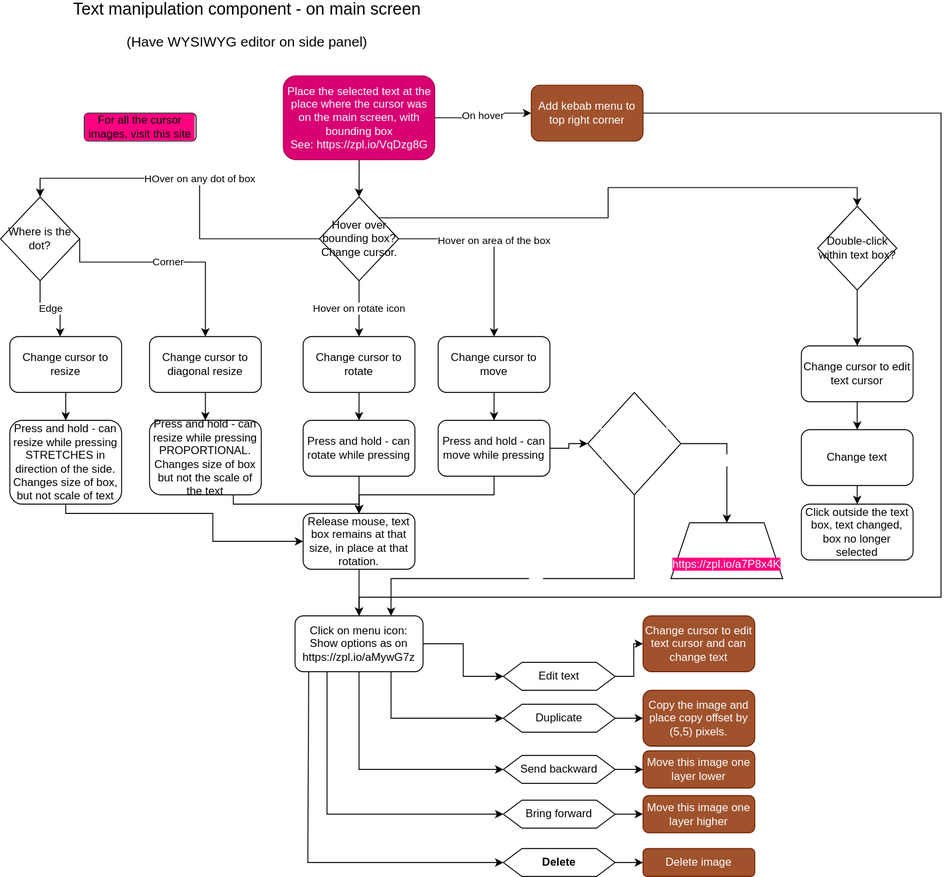
Before: modules/components/text-manipulation.drawio.svg, a diagram exported from draw.io (ji-devs/ji-cloud-flowcharts). Source tidied: cells renumbered, new cells last; positions are measured from the earlier drawing's top-left corner, leaving out a move shared by most shapes.
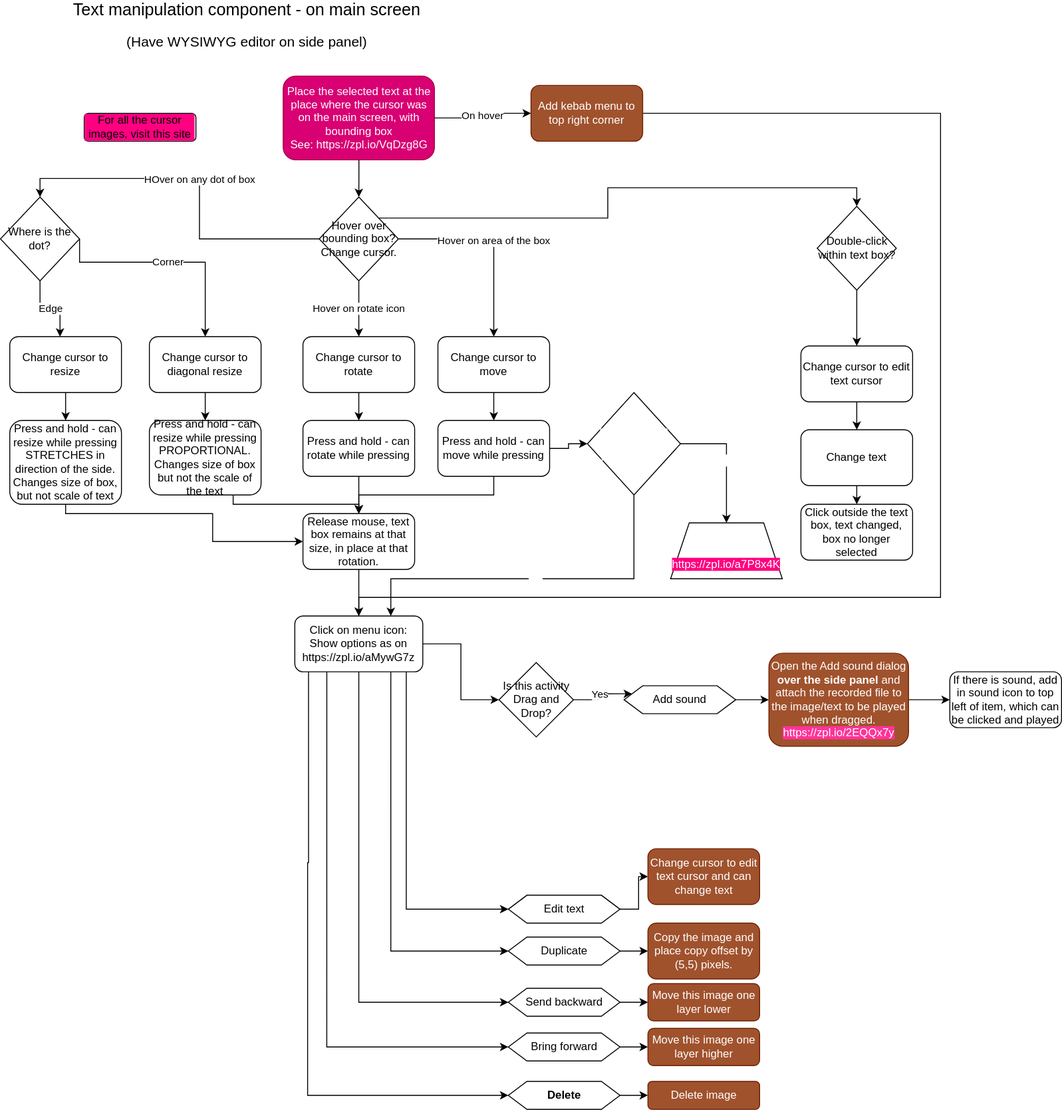
The same diagram one commit later.

Commit message:
Added in extra menu item for drag and drop activity

What changed in the source:
```diff
@@ -83,13 +83,13 @@
     <mxCell id="24" value="Release mouse, text box remains at that size, in place at that rotation." style="rounded=1;whiteSpace=wrap;html=1;" parent="1" vertex="1">
       <mxGeometry x="325" y="550" width="120" height="60" as="geometry" />
     </mxCell>
-    <mxCell id="25" style="edgeStyle=orthogonalEdgeStyle;rounded=0;jettySize=auto;html=1;entryX=0;entryY=0.5;entryDx=0;entryDy=0;" parent="1" edge="1" source="30" target="58">
+    <mxCell id="25" style="edgeStyle=orthogonalEdgeStyle;rounded=0;jettySize=auto;html=1;entryX=0;entryY=0.5;entryDx=0;entryDy=0;exitX=0.871;exitY=1;exitDx=0;exitDy=0;exitPerimeter=0;" parent="1" edge="1" source="30" target="58">
       <mxGeometry relative="1" as="geometry" />
     </mxCell>
     <mxCell id="26" style="edgeStyle=orthogonalEdgeStyle;rounded=0;jettySize=auto;html=1;exitX=0.75;exitY=1;exitDx=0;exitDy=0;entryX=0;entryY=0.5;entryDx=0;entryDy=0;" parent="1" edge="1" source="30" target="32">
       <mxGeometry relative="1" as="geometry">
         <Array as="points">
-          <mxPoint x="419" y="770" />
+          <mxPoint x="419" y="1020" />
         </Array>
       </mxGeometry>
     </mxCell>
@@ -106,6 +106,9 @@
         </Array>
       </mxGeometry>
     </mxCell>
+    <mxCell id="68" style="edgeStyle=orthogonalEdgeStyle;rounded=0;jettySize=auto;html=1;entryX=0;entryY=0.5;entryDx=0;entryDy=0;" parent="1" edge="1" source="30" target="70">
+      <mxGeometry relative="1" as="geometry" />
+    </mxCell>
     <mxCell id="30" value="Click on menu icon: Show options as on&amp;nbsp;&lt;br&gt;https://zpl.io/aMywG7z" style="rounded=1;whiteSpace=wrap;html=1;" parent="1" vertex="1">
       <mxGeometry x="316.2" y="660" width="137.5" height="60" as="geometry" />
     </mxCell>
@@ -113,37 +116,37 @@
       <mxGeometry relative="1" as="geometry" />
     </mxCell>
     <mxCell id="32" value="Duplicate" style="shape=hexagon;perimeter=hexagonPerimeter2;whiteSpace=wrap;html=1;fixedSize=1;" parent="1" vertex="1">
-      <mxGeometry x="540" y="755" width="120" height="30" as="geometry" />
+      <mxGeometry x="545.6" y="1005" width="120" height="30" as="geometry" />
     </mxCell>
     <mxCell id="33" value="Copy the image and place copy offset by (5,5) pixels." style="rounded=1;whiteSpace=wrap;html=1;fillColor=#a0522d;strokeColor=#6D1F00;fontColor=#ffffff;" parent="1" vertex="1">
-      <mxGeometry x="690" y="740" width="120" height="60" as="geometry" />
+      <mxGeometry x="695.6" y="990" width="120" height="60" as="geometry" />
     </mxCell>
     <mxCell id="34" style="edgeStyle=orthogonalEdgeStyle;rounded=0;jettySize=auto;html=1;entryX=0;entryY=0.5;entryDx=0;entryDy=0;" parent="1" edge="1" source="35" target="36">
       <mxGeometry relative="1" as="geometry" />
     </mxCell>
     <mxCell id="35" value="Send backward" style="shape=hexagon;perimeter=hexagonPerimeter2;whiteSpace=wrap;html=1;fixedSize=1;" parent="1" vertex="1">
-      <mxGeometry x="540" y="810" width="120" height="30" as="geometry" />
+      <mxGeometry x="545.6" y="1060" width="120" height="30" as="geometry" />
     </mxCell>
     <mxCell id="36" value="Move this image one layer lower&amp;nbsp;" style="rounded=1;whiteSpace=wrap;html=1;fillColor=#a0522d;strokeColor=#6D1F00;fontColor=#ffffff;" parent="1" vertex="1">
-      <mxGeometry x="690" y="805" width="120" height="40" as="geometry" />
+      <mxGeometry x="695.6" y="1055" width="120" height="40" as="geometry" />
     </mxCell>
     <mxCell id="37" style="edgeStyle=orthogonalEdgeStyle;rounded=0;jettySize=auto;html=1;exitX=1;exitY=0.5;exitDx=0;exitDy=0;entryX=0;entryY=0.5;entryDx=0;entryDy=0;" parent="1" edge="1" source="38" target="39">
       <mxGeometry relative="1" as="geometry" />
     </mxCell>
     <mxCell id="38" value="Bring forward" style="shape=hexagon;perimeter=hexagonPerimeter2;whiteSpace=wrap;html=1;fixedSize=1;" parent="1" vertex="1">
-      <mxGeometry x="540" y="858" width="120" height="30" as="geometry" />
+      <mxGeometry x="545.6" y="1108" width="120" height="30" as="geometry" />
     </mxCell>
     <mxCell id="39" value="Move this image one layer higher" style="rounded=1;whiteSpace=wrap;html=1;fillColor=#a0522d;strokeColor=#6D1F00;fontColor=#ffffff;" parent="1" vertex="1">
-      <mxGeometry x="690" y="853" width="120" height="40" as="geometry" />
+      <mxGeometry x="695.6" y="1103" width="120" height="40" as="geometry" />
     </mxCell>
     <mxCell id="40" style="edgeStyle=orthogonalEdgeStyle;rounded=0;jettySize=auto;html=1;entryX=0;entryY=0.5;entryDx=0;entryDy=0;" parent="1" edge="1" source="41" target="42">
       <mxGeometry relative="1" as="geometry" />
     </mxCell>
     <mxCell id="41" value="Delete" style="shape=hexagon;perimeter=hexagonPerimeter2;whiteSpace=wrap;html=1;fixedSize=1;fontStyle=1;" parent="1" vertex="1">
-      <mxGeometry x="540" y="910" width="120" height="30" as="geometry" />
+      <mxGeometry x="545.6" y="1160" width="120" height="30" as="geometry" />
     </mxCell>
     <mxCell id="42" value="Delete image" style="rounded=1;whiteSpace=wrap;html=1;fillColor=#a0522d;strokeColor=#6D1F00;fontColor=#ffffff;" parent="1" vertex="1">
-      <mxGeometry x="690" y="910" width="120" height="30" as="geometry" />
+      <mxGeometry x="695.6" y="1160" width="120" height="30" as="geometry" />
     </mxCell>
     <mxCell id="43" style="edgeStyle=orthogonalEdgeStyle;rounded=0;jettySize=auto;html=1;entryX=0.5;entryY=0;entryDx=0;entryDy=0;" parent="1" edge="1" source="44" target="46">
       <mxGeometry relative="1" as="geometry" />
@@ -202,10 +205,10 @@
       <mxGeometry relative="1" as="geometry" />
     </mxCell>
     <mxCell id="58" value="Edit text" style="shape=hexagon;perimeter=hexagonPerimeter2;whiteSpace=wrap;html=1;fixedSize=1;" parent="1" vertex="1">
-      <mxGeometry x="540" y="710" width="120" height="30" as="geometry" />
+      <mxGeometry x="545.6" y="960" width="120" height="30" as="geometry" />
     </mxCell>
     <mxCell id="59" value="Change cursor to edit text cursor and can change text" style="rounded=1;whiteSpace=wrap;html=1;fillColor=#a0522d;strokeColor=#6D1F00;fontColor=#ffffff;" parent="1" vertex="1">
-      <mxGeometry x="690" y="660" width="120" height="60" as="geometry" />
+      <mxGeometry x="695.6" y="910" width="120" height="60" as="geometry" />
     </mxCell>
     <mxCell id="60" value="On hover" style="edgeStyle=orthogonalEdgeStyle;rounded=0;jettySize=auto;html=1;entryX=0;entryY=0.5;entryDx=0;entryDy=0;exitX=1;exitY=0.5;exitDx=0;exitDy=0;" parent="1" edge="1" source="5" target="62">
       <mxGeometry relative="1" as="geometry" />
@@ -242,5 +245,26 @@
     <mxCell id="67" value="Warning!&lt;br&gt;Text CV28&lt;br&gt;&lt;span style=&quot;background-color: rgb(255 , 0 , 128)&quot;&gt;https://zpl.io/a7P8x4K&lt;/span&gt;" style="shape=trapezoid;perimeter=trapezoidPerimeter;whiteSpace=wrap;html=1;fixedSize=1;fontColor=#FFFFFF;" parent="1" vertex="1">
       <mxGeometry x="720" y="560" width="120" height="60" as="geometry" />
     </mxCell>
+    <mxCell id="69" value="Yes" style="edgeStyle=orthogonalEdgeStyle;rounded=0;jettySize=auto;html=1;entryX=0;entryY=0.25;entryDx=0;entryDy=0;" parent="1" edge="1" source="70" target="72">
+      <mxGeometry relative="1" as="geometry" />
+    </mxCell>
+    <mxCell id="70" value="Is this activity Drag and Drop?" style="rhombus;whiteSpace=wrap;html=1;" parent="1" vertex="1">
+      <mxGeometry x="535.6" y="710" width="80" height="80" as="geometry" />
+    </mxCell>
+    <mxCell id="71" style="edgeStyle=orthogonalEdgeStyle;rounded=0;jettySize=auto;html=1;" parent="1" edge="1" source="72" target="74">
+      <mxGeometry relative="1" as="geometry" />
+    </mxCell>
+    <mxCell id="72" value="Add sound" style="shape=hexagon;perimeter=hexagonPerimeter2;whiteSpace=wrap;html=1;fixedSize=1;" parent="1" vertex="1">
+      <mxGeometry x="670" y="735" width="120" height="30" as="geometry" />
+    </mxCell>
+    <mxCell id="73" style="edgeStyle=orthogonalEdgeStyle;rounded=0;jettySize=auto;html=1;entryX=0;entryY=0.5;entryDx=0;entryDy=0;" parent="1" edge="1" source="74" target="75">
+      <mxGeometry relative="1" as="geometry" />
+    </mxCell>
+    <mxCell id="74" value="Open the Add sound dialog &lt;b&gt;over the side panel&lt;/b&gt; and attach the recorded file to the image/text to be played when dragged.&lt;br&gt;&lt;span style=&quot;background-color: rgb(255 , 51 , 153)&quot;&gt;https://zpl.io/2EQQx7y&lt;/span&gt;" style="rounded=1;whiteSpace=wrap;html=1;fillColor=#a0522d;strokeColor=#6D1F00;fontColor=#ffffff;" parent="1" vertex="1">
+      <mxGeometry x="825.6" y="700" width="150" height="100" as="geometry" />
+    </mxCell>
+    <mxCell id="75" value="If there is sound, add in sound icon to top left of item, which can be clicked and played" style="rounded=1;whiteSpace=wrap;html=1;" parent="1" vertex="1">
+      <mxGeometry x="1020" y="720" width="120" height="60" as="geometry" />
+    </mxCell>
   </root>
 </mxGraphModel>
```
